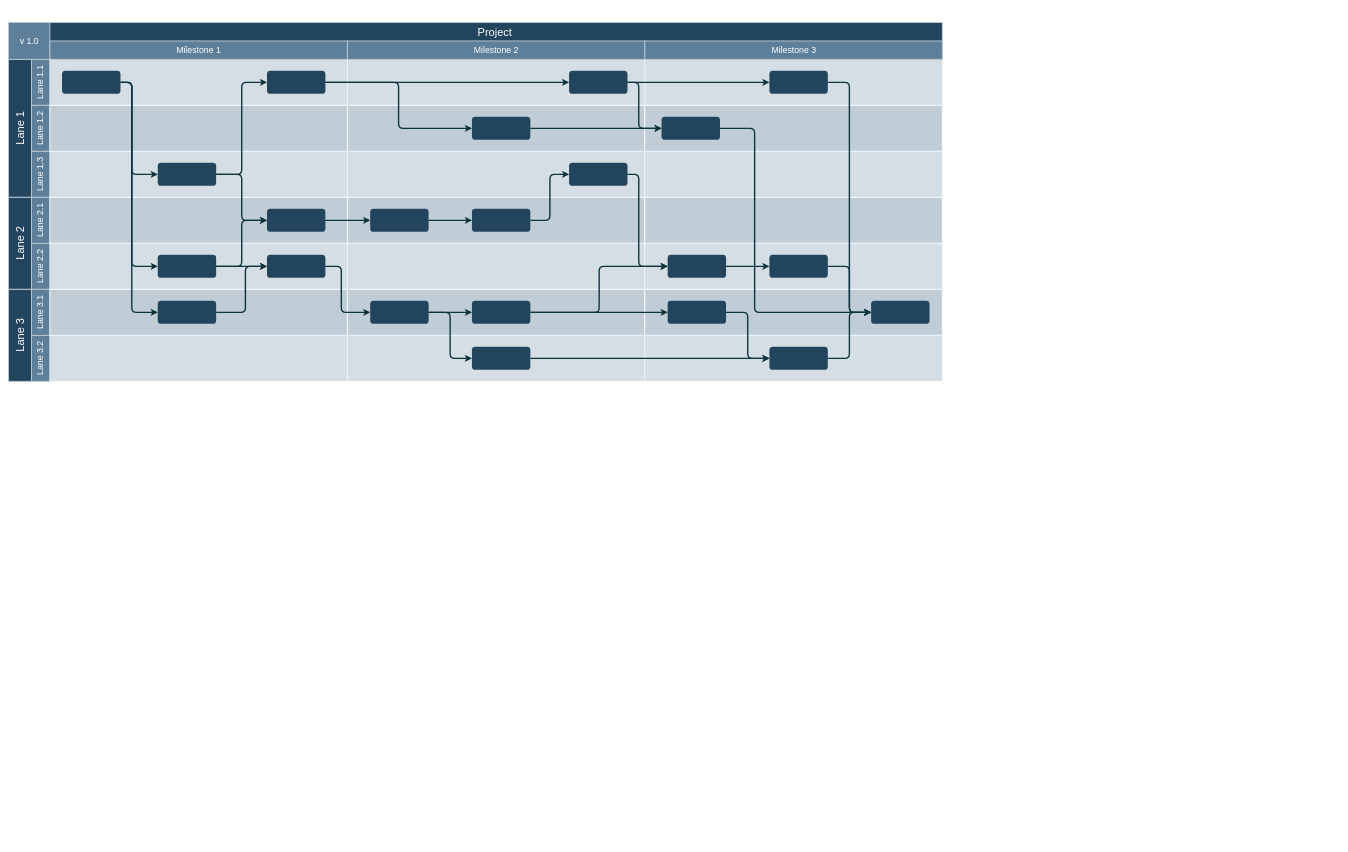
This is Untitled Diagram.drawio from TaliaPg992/Tess-Test, a draw.io file, before an edit. Source tidied: cells renumbered, new cells numbered last; positions are measured from the earlier drawing's top-left corner, leaving out a move shared by most shapes. Both pictures are drawn from the tidied source at 46%, with x=0, y=0 at pixel (8, 22).
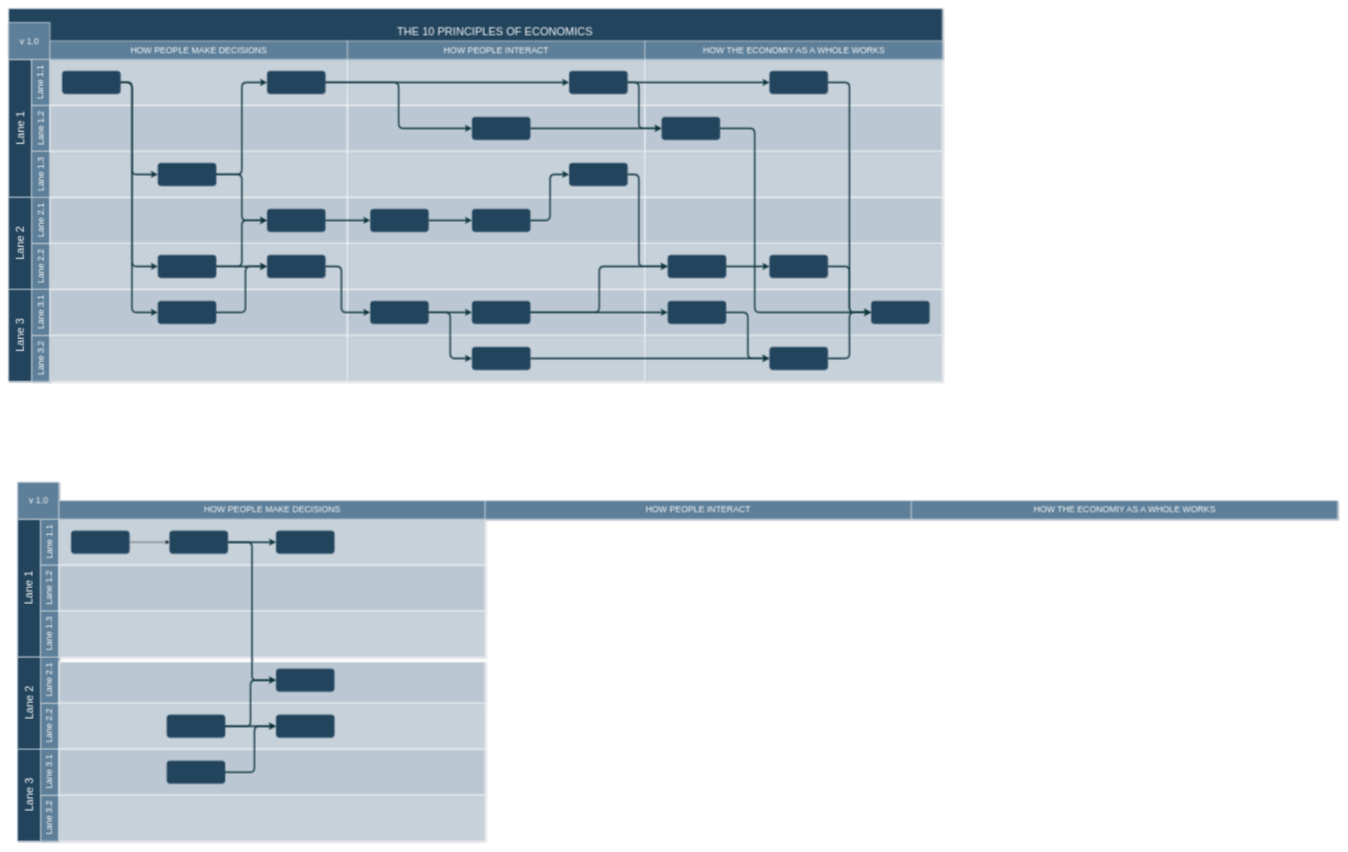
Above is the later version.

The change refers to these unchanged cells:
```xml
<mxCell id="86" style="group;" parent="1" vertex="1">
  <mxGeometry x="90" y="40.5" width="646.7" height="40" as="geometry" />
</mxCell>
```

Change to the diagram source:
```diff
@@
-<mxGraphModel>
+<mxGraphModel shadow="1">
@@
-    <mxCell id="2" value="Project&#10;" style="strokeColor=#BAC8D3;fillColor=#23445D;fontSize=24;strokeWidth=2;fontFamily=Helvetica;html=1;fontColor=#FFFFFF;fontStyle=0;spacingBottom=8;spacingRight=0;spacingLeft=83;" parent="1" vertex="1">
-      <mxGeometry y="0.5" width="2030" height="80" as="geometry" />
+    <mxCell id="2" value="THE 10 PRINCIPLES OF ECONOMICS&lt;br&gt;" style="strokeColor=#BAC8D3;fillColor=#23445D;fontSize=24;strokeWidth=2;fontFamily=Helvetica;html=1;fontColor=#FFFFFF;fontStyle=0;spacingBottom=8;spacingRight=0;spacingLeft=83;" parent="1" vertex="1">
+      <mxGeometry y="-30" width="2030" height="110.5" as="geometry" />
     </mxCell>
@@
-    <mxCell id="87" value="Milestone 1" style="strokeColor=#BAC8D3;fillColor=#5d7f99;fontSize=19;strokeWidth=2;fontFamily=Helvetica;html=1;labelBackgroundColor=none;fontColor=#FFFFFF;" parent="86" vertex="1">
+    <mxCell id="87" value="HOW PEOPLE MAKE DECISIONS" style="strokeColor=#BAC8D3;fillColor=#5d7f99;fontSize=19;strokeWidth=2;fontFamily=Helvetica;html=1;labelBackgroundColor=none;fontColor=#FFFFFF;" parent="86" vertex="1">
       <mxGeometry width="646.7" height="40" as="geometry" />
     </mxCell>
-    <mxCell id="88" value="Milestone 2" style="strokeColor=#BAC8D3;fillColor=#5d7f99;fontSize=19;strokeWidth=2;fontFamily=Helvetica;html=1;labelBackgroundColor=none;fontColor=#FFFFFF;" parent="86" vertex="1">
+    <mxCell id="88" value="HOW PEOPLE INTERACT" style="strokeColor=#BAC8D3;fillColor=#5d7f99;fontSize=19;strokeWidth=2;fontFamily=Helvetica;html=1;labelBackgroundColor=none;fontColor=#FFFFFF;" parent="86" vertex="1">
       <mxGeometry x="646.7" width="646.7" height="40" as="geometry" />
     </mxCell>
-    <mxCell id="89" value="Milestone 3" style="strokeColor=#BAC8D3;fillColor=#5d7f99;fontSize=19;strokeWidth=2;fontFamily=Helvetica;html=1;labelBackgroundColor=none;fontColor=#FFFFFF;" parent="86" vertex="1">
+    <mxCell id="89" value="HOW THE ECONOMIY AS A WHOLE WORKS" style="strokeColor=#BAC8D3;fillColor=#5d7f99;fontSize=19;strokeWidth=2;fontFamily=Helvetica;html=1;labelBackgroundColor=none;fontColor=#FFFFFF;" parent="86" vertex="1">
       <mxGeometry x="1293.3" width="646.7" height="40" as="geometry" />
     </mxCell>
+    <mxCell id="90" value="Lane 1" style="strokeColor=#BAC8D3;fillColor=#23445D;fontSize=24;strokeWidth=2;horizontal=0;fontFamily=Helvetica;html=1;fontColor=#FFFFFF;fontStyle=0;" parent="1" vertex="1">
+      <mxGeometry x="19.5" y="1080" width="50" height="300" as="geometry" />
+    </mxCell>
+    <mxCell id="91" value="Lane 1.1" style="strokeColor=#BAC8D3;fillColor=#5d7f99;fontSize=19;strokeWidth=2;horizontal=0;fontFamily=Helvetica;html=1;labelBackgroundColor=none;fontColor=#FFFFFF;" parent="1" vertex="1">
+      <mxGeometry x="69.5" y="1080" width="40" height="100" as="geometry" />
+    </mxCell>
+    <mxCell id="92" value="v 1.0" style="strokeColor=#BAC8D3;fillColor=#5d7f99;fontSize=19;strokeWidth=2;fontFamily=Helvetica;html=1;labelBackgroundColor=none;fontColor=#FFFFFF;" parent="1" vertex="1">
+      <mxGeometry x="19.5" y="1000" width="90" height="80" as="geometry" />
+    </mxCell>
+    <mxCell id="93" value="Lane 1.2" style="strokeColor=#BAC8D3;fillColor=#5d7f99;fontSize=19;strokeWidth=2;horizontal=0;fontFamily=Helvetica;html=1;labelBackgroundColor=none;fontColor=#FFFFFF;" parent="1" vertex="1">
+      <mxGeometry x="69.5" y="1180" width="40" height="100" as="geometry" />
+    </mxCell>
+    <mxCell id="94" value="Lane 1.3" style="strokeColor=#BAC8D3;fillColor=#5d7f99;fontSize=19;strokeWidth=2;horizontal=0;fontFamily=Helvetica;html=1;labelBackgroundColor=none;fontColor=#FFFFFF;" parent="1" vertex="1">
+      <mxGeometry x="69.5" y="1280" width="40" height="100" as="geometry" />
+    </mxCell>
+    <mxCell id="95" value="Lane 2.2" style="strokeColor=#BAC8D3;fillColor=#5d7f99;fontSize=19;strokeWidth=2;horizontal=0;fontFamily=Helvetica;html=1;labelBackgroundColor=none;fontColor=#FFFFFF;" parent="1" vertex="1">
+      <mxGeometry x="69.5" y="1480" width="40" height="100" as="geometry" />
+    </mxCell>
+    <mxCell id="96" value="Lane 2.1" style="strokeColor=#BAC8D3;fillColor=#5d7f99;fontSize=19;strokeWidth=2;horizontal=0;fontFamily=Helvetica;html=1;labelBackgroundColor=none;fontColor=#FFFFFF;" parent="1" vertex="1">
+      <mxGeometry x="69.5" y="1380" width="40" height="100" as="geometry" />
+    </mxCell>
+    <mxCell id="97" value="Lane 2" style="strokeColor=#BAC8D3;fillColor=#23445D;fontSize=24;strokeWidth=2;horizontal=0;fontFamily=Helvetica;html=1;fontColor=#FFFFFF;fontStyle=0;" parent="1" vertex="1">
+      <mxGeometry x="19.5" y="1380" width="50" height="200" as="geometry" />
+    </mxCell>
+    <mxCell id="98" value="Lane 3.2" style="strokeColor=#BAC8D3;fillColor=#5d7f99;fontSize=19;strokeWidth=2;horizontal=0;fontFamily=Helvetica;html=1;labelBackgroundColor=none;fontColor=#FFFFFF;" parent="1" vertex="1">
+      <mxGeometry x="69.5" y="1680" width="40" height="100" as="geometry" />
+    </mxCell>
+    <mxCell id="99" value="Lane 3.1" style="strokeColor=#BAC8D3;fillColor=#5d7f99;fontSize=19;strokeWidth=2;horizontal=0;fontFamily=Helvetica;html=1;labelBackgroundColor=none;fontColor=#FFFFFF;" parent="1" vertex="1">
+      <mxGeometry x="69.5" y="1580" width="40" height="100" as="geometry" />
+    </mxCell>
+    <mxCell id="100" value="Lane 3" style="strokeColor=#BAC8D3;fillColor=#23445D;fontSize=24;strokeWidth=2;horizontal=0;fontFamily=Helvetica;html=1;fontColor=#FFFFFF;fontStyle=0;" parent="1" vertex="1">
+      <mxGeometry x="19.5" y="1580" width="50" height="200" as="geometry" />
+    </mxCell>
+    <mxCell id="101" style="strokeColor=#FFFFFF;fillColor=#BAC8D3;fontSize=18;strokeWidth=2;fontFamily=Helvetica;html=1;opacity=60;" parent="1" vertex="1">
+      <mxGeometry x="109.5" y="1080" width="926.5" height="100" as="geometry" />
+    </mxCell>
+    <mxCell id="102" style="strokeColor=#FFFFFF;fillColor=#BAC8D3;fontSize=18;strokeWidth=2;fontFamily=Helvetica;html=1;opacity=90;" parent="1" vertex="1">
+      <mxGeometry x="109.5" y="1180" width="926.5" height="100" as="geometry" />
+    </mxCell>
+    <mxCell id="103" style="strokeColor=#FFFFFF;fillColor=#BAC8D3;fontSize=18;strokeWidth=2;fontFamily=Helvetica;html=1;opacity=60;" parent="1" vertex="1">
+      <mxGeometry x="109.5" y="1280" width="926.5" height="100" as="geometry" />
+    </mxCell>
+    <mxCell id="104" style="strokeColor=#FFFFFF;fillColor=#BAC8D3;fontSize=18;strokeWidth=2;fontFamily=Helvetica;html=1;opacity=90;" parent="1" vertex="1">
+      <mxGeometry x="109.5" y="1390" width="926.5" height="90" as="geometry" />
+    </mxCell>
+    <mxCell id="105" style="strokeColor=#FFFFFF;fillColor=#BAC8D3;fontSize=18;strokeWidth=2;fontFamily=Helvetica;html=1;opacity=60;" parent="1" vertex="1">
+      <mxGeometry x="109.5" y="1480" width="926.5" height="100" as="geometry" />
+    </mxCell>
+    <mxCell id="106" style="strokeColor=#FFFFFF;fillColor=#BAC8D3;fontSize=18;strokeWidth=2;fontFamily=Helvetica;html=1;opacity=90;" parent="1" vertex="1">
+      <mxGeometry x="109.5" y="1580" width="926.5" height="100" as="geometry" />
+    </mxCell>
+    <mxCell id="107" style="strokeColor=#FFFFFF;fillColor=#BAC8D3;fontSize=18;strokeWidth=2;fontFamily=Helvetica;html=1;opacity=60;" parent="1" vertex="1">
+      <mxGeometry x="109.5" y="1680" width="926.5" height="100" as="geometry" />
+    </mxCell>
+    <mxCell id="108" style="edgeStyle=orthogonalEdgeStyle;rounded=0;jettySize=auto;html=1;exitX=1;exitY=0.5;exitDx=0;exitDy=0;entryX=0;entryY=0.5;entryDx=0;entryDy=0;" parent="1" edge="1" source="109" target="111">
+      <mxGeometry relative="1" as="geometry" />
+    </mxCell>
+    <mxCell id="109" style="rounded=1;fillColor=#23445D;strokeColor=none;strokeWidth=2;fontFamily=Helvetica;html=1;gradientColor=none;" parent="1" vertex="1">
+      <mxGeometry x="135.9" y="1105" width="127" height="50" as="geometry" />
+    </mxCell>
+    <mxCell id="110" style="rounded=1;fillColor=#23445D;strokeColor=none;strokeWidth=2;fontFamily=Helvetica;html=1;gradientColor=none;" parent="1" vertex="1">
+      <mxGeometry x="581.4" y="1105" width="127" height="50" as="geometry" />
+    </mxCell>
+    <mxCell id="111" style="rounded=1;fillColor=#23445D;strokeColor=none;strokeWidth=2;fontFamily=Helvetica;html=1;gradientColor=none;" parent="1" vertex="1">
+      <mxGeometry x="349.8" y="1105" width="127" height="50" as="geometry" />
+    </mxCell>
+    <mxCell id="112" style="rounded=1;fillColor=#23445D;strokeColor=none;strokeWidth=2;fontFamily=Helvetica;html=1;gradientColor=none;" parent="1" vertex="1">
+      <mxGeometry x="581.4" y="1405" width="127" height="50" as="geometry" />
+    </mxCell>
+    <mxCell id="113" style="rounded=1;fillColor=#23445D;strokeColor=none;strokeWidth=2;fontFamily=Helvetica;html=1;gradientColor=none;" parent="1" vertex="1">
+      <mxGeometry x="581.4" y="1505" width="127" height="50" as="geometry" />
+    </mxCell>
+    <mxCell id="114" style="rounded=1;fillColor=#23445D;strokeColor=none;strokeWidth=2;fontFamily=Helvetica;html=1;gradientColor=none;" parent="1" vertex="1">
+      <mxGeometry x="343.9" y="1605" width="127" height="50" as="geometry" />
+    </mxCell>
+    <mxCell id="115" style="rounded=1;fillColor=#23445D;strokeColor=none;strokeWidth=2;fontFamily=Helvetica;html=1;gradientColor=none;" parent="1" vertex="1">
+      <mxGeometry x="343.9" y="1505" width="127" height="50" as="geometry" />
+    </mxCell>
+    <mxCell id="116" style="edgeStyle=elbowEdgeStyle;elbow=horizontal;strokeWidth=3;strokeColor=#0C343D;fontFamily=Helvetica;html=1;" parent="1" edge="1" source="111" target="110">
+      <mxGeometry x="26" y="1830" as="geometry" />
+    </mxCell>
+    <mxCell id="117" style="edgeStyle=elbowEdgeStyle;elbow=horizontal;strokeWidth=3;strokeColor=#0C343D;fontFamily=Helvetica;html=1;" parent="1" edge="1" source="111" target="112">
+      <mxGeometry x="26" y="1830" as="geometry" />
+    </mxCell>
+    <mxCell id="118" style="edgeStyle=elbowEdgeStyle;elbow=horizontal;strokeWidth=3;strokeColor=#0C343D;fontFamily=Helvetica;html=1;" parent="1" edge="1" source="115" target="112">
+      <mxGeometry x="26" y="1830" as="geometry" />
+    </mxCell>
+    <mxCell id="119" style="edgeStyle=elbowEdgeStyle;elbow=horizontal;strokeWidth=3;strokeColor=#0C343D;fontFamily=Helvetica;html=1;" parent="1" edge="1" source="115" target="113">
+      <mxGeometry x="26" y="1830" as="geometry" />
+    </mxCell>
+    <mxCell id="120" style="edgeStyle=elbowEdgeStyle;elbow=horizontal;strokeWidth=3;strokeColor=#0C343D;fontFamily=Helvetica;html=1;" parent="1" edge="1" source="114" target="113">
+      <mxGeometry x="26" y="1830" as="geometry">
+        <Array as="points">
+          <mxPoint x="534.5" y="1584" />
+        </Array>
+      </mxGeometry>
+    </mxCell>
+    <mxCell id="121" style="group;" parent="1" vertex="1">
+      <mxGeometry x="109.5" y="1040" width="926.5" height="40" as="geometry" />
+    </mxCell>
+    <mxCell id="122" value="HOW PEOPLE MAKE DECISIONS" style="strokeColor=#BAC8D3;fillColor=#5d7f99;fontSize=19;strokeWidth=2;fontFamily=Helvetica;html=1;labelBackgroundColor=none;fontColor=#FFFFFF;" parent="121" vertex="1">
+      <mxGeometry width="926.5" height="40" as="geometry" />
+    </mxCell>
+    <mxCell id="123" value="HOW PEOPLE INTERACT" style="strokeColor=#BAC8D3;fillColor=#5d7f99;fontSize=19;strokeWidth=2;fontFamily=Helvetica;html=1;labelBackgroundColor=none;fontColor=#FFFFFF;" parent="121" vertex="1">
+      <mxGeometry x="926.5" width="926.5" height="40" as="geometry" />
+    </mxCell>
+    <mxCell id="124" value="HOW THE ECONOMIY AS A WHOLE WORKS" style="strokeColor=#BAC8D3;fillColor=#5d7f99;fontSize=19;strokeWidth=2;fontFamily=Helvetica;html=1;labelBackgroundColor=none;fontColor=#FFFFFF;" parent="121" vertex="1">
+      <mxGeometry x="1853" width="926.5" height="40" as="geometry" />
+    </mxCell>
```
